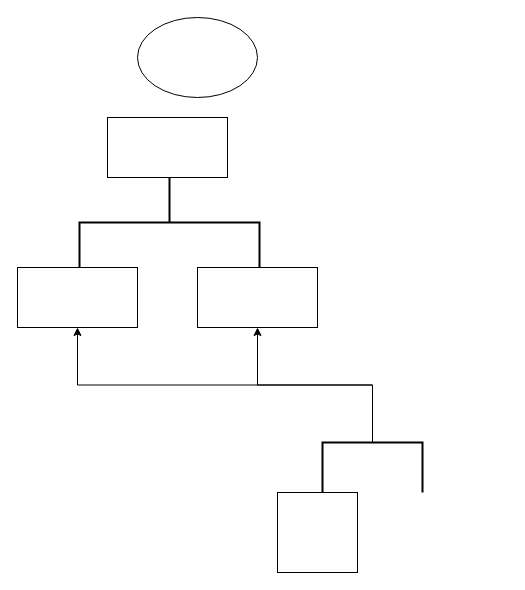
Above: Диаграмма без названия.drawio in Purpursarkans/diagrams (draw.io), before the change. Source tidied: cells renumbered, new cells numbered last; positions are measured from the earlier drawing's top-left corner, leaving out a move shared by most shapes. Both pictures are drawn from the tidied source at 100%, with x=0, y=0 at pixel (17, 17).
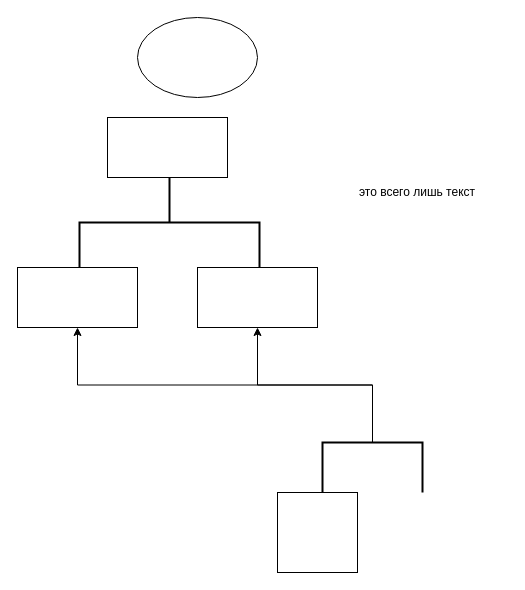
Above is the later version.

Diff of the diagram source:
```diff
@@
 <mxGraphModel>
   <root>
     <mxCell id="0" />
     <mxCell id="1" parent="0" />
     <mxCell id="2" style="rounded=0;whiteSpace=wrap;html=1;" parent="1" vertex="1">
       <mxGeometry x="90" y="100" width="120" height="60" as="geometry" />
     </mxCell>
     <mxCell id="3" style="rounded=0;whiteSpace=wrap;html=1;" parent="1" vertex="1">
       <mxGeometry x="180" y="250" width="120" height="60" as="geometry" />
     </mxCell>
     <mxCell id="4" style="strokeWidth=2;html=1;shape=mxgraph.flowchart.annotation_2;align=left;labelPosition=right;rotation=90;" parent="1" vertex="1">
       <mxGeometry x="107" y="115" width="90" height="180" as="geometry" />
     </mxCell>
     <mxCell id="5" style="rounded=0;whiteSpace=wrap;html=1;" parent="1" vertex="1">
       <mxGeometry y="250" width="120" height="60" as="geometry" />
     </mxCell>
     <mxCell id="6" style="edgeStyle=orthogonalEdgeStyle;rounded=0;jettySize=auto;html=1;exitX=0;exitY=0.5;exitDx=0;exitDy=0;exitPerimeter=0;" parent="1" edge="1" source="8" target="3">
       <mxGeometry relative="1" as="geometry" />
     </mxCell>
     <mxCell id="7" style="edgeStyle=orthogonalEdgeStyle;rounded=0;jettySize=auto;html=1;exitX=0;exitY=0.5;exitDx=0;exitDy=0;exitPerimeter=0;entryX=0.5;entryY=1;entryDx=0;entryDy=0;" parent="1" edge="1" source="8" target="5">
       <mxGeometry relative="1" as="geometry" />
     </mxCell>
     <mxCell id="8" style="strokeWidth=2;html=1;shape=mxgraph.flowchart.annotation_1;align=left;rotation=90;" parent="1" vertex="1">
       <mxGeometry x="330" y="400" width="50" height="100" as="geometry" />
     </mxCell>
     <mxCell id="9" style="whiteSpace=wrap;html=1;" parent="1" vertex="1">
       <mxGeometry x="260" y="475" width="80" height="80" as="geometry" />
     </mxCell>
     <mxCell id="10" style="ellipse;whiteSpace=wrap;html=1;" parent="1" vertex="1">
       <mxGeometry x="120" width="120" height="80" as="geometry" />
     </mxCell>
+    <mxCell id="11" value="&lt;div&gt;это всего лишь текст&lt;/div&gt;" style="text;html=1;align=center;verticalAlign=middle;whiteSpace=wrap;rounded=0;glass=0;shadow=0;" parent="1" vertex="1">
+      <mxGeometry x="310" y="130" width="180" height="90" as="geometry" />
+    </mxCell>
   </root>
 </mxGraphModel>
```
